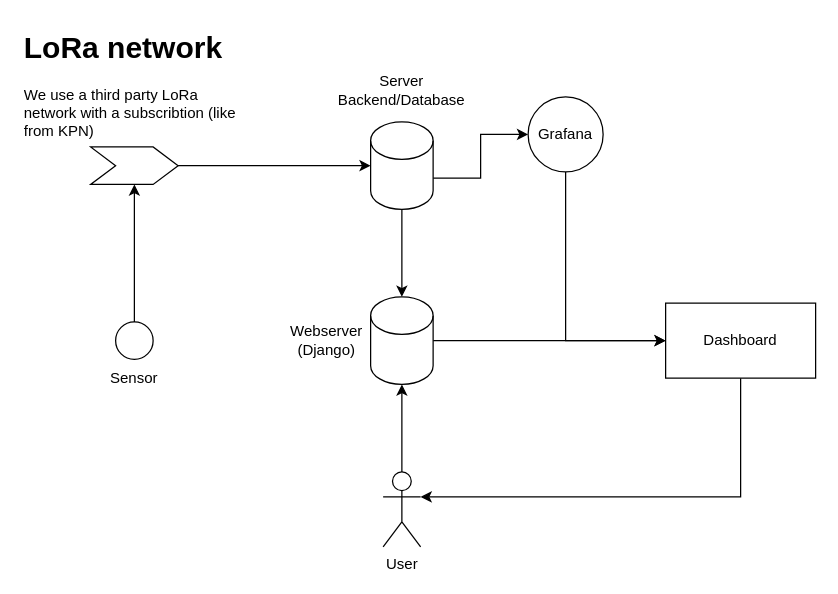
The draw.io diagram architecture.drawio in DenelDuck/drawio, before the edit. Source tidied: cells renumbered, new cells numbered last; positions are measured from the earlier drawing's top-left corner, leaving out a move shared by most shapes. Both pictures are drawn from the tidied source at 125%, with x=0, y=0 at pixel (21, 21).
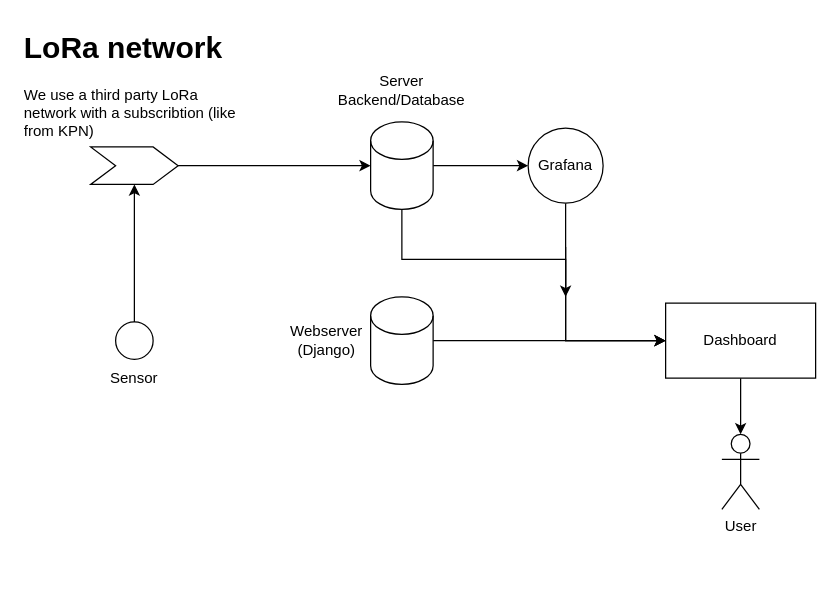
Above is the later version.

The change refers to these unchanged cells:
```xml
<mxCell id="4" style="shape=cylinder3;whiteSpace=wrap;html=1;boundedLbl=1;backgroundOutline=1;size=15;" parent="1" vertex="1">
  <mxGeometry x="279" y="80" width="50" height="70" as="geometry" />
</mxCell>
<mxCell id="13" style="shape=cylinder3;whiteSpace=wrap;html=1;boundedLbl=1;backgroundOutline=1;size=15;" parent="1" vertex="1">
  <mxGeometry x="279" y="220" width="50" height="70" as="geometry" />
</mxCell>
<mxCell id="15" value="Dashboard" style="rounded=0;whiteSpace=wrap;html=1;" parent="1" vertex="1">
  <mxGeometry x="515" y="225" width="120" height="60" as="geometry" />
</mxCell>
```

Change to the diagram source:
```diff
@@
-    <mxCell id="2" style="edgeStyle=orthogonalEdgeStyle;rounded=0;jettySize=auto;html=1;" parent="1" edge="1" source="4" target="13">
-      <mxGeometry relative="1" as="geometry" />
-    </mxCell>
+    <mxCell id="21" style="edgeStyle=orthogonalEdgeStyle;rounded=0;jettySize=auto;html=1;exitX=0.5;exitY=1;exitDx=0;exitDy=0;exitPerimeter=0;entryX=0;entryY=0.5;entryDx=0;entryDy=0;" parent="1" edge="1" source="4" target="15">
+      <mxGeometry relative="1" as="geometry">
+        <Array as="points">
+          <mxPoint x="304" y="190" />
+          <mxPoint x="435" y="190" />
+          <mxPoint x="435" y="255" />
+        </Array>
+      </mxGeometry>
+    </mxCell>
-    <mxCell id="3" style="edgeStyle=orthogonalEdgeStyle;rounded=0;jettySize=auto;html=1;exitX=1;exitY=0;exitDx=0;exitDy=45;exitPerimeter=0;" parent="1" edge="1" source="4" target="18">
+    <mxCell id="3" style="edgeStyle=orthogonalEdgeStyle;rounded=0;jettySize=auto;html=1;exitX=1;exitY=0.5;exitDx=0;exitDy=0;exitPerimeter=0;entryX=0;entryY=0.5;entryDx=0;entryDy=0;" parent="1" edge="1" source="4" target="18">
       <mxGeometry relative="1" as="geometry" />
     </mxCell>
@@
     <mxCell id="18" value="Grafana" style="ellipse;whiteSpace=wrap;html=1;" parent="1" vertex="1">
-      <mxGeometry x="405" y="60" width="60" height="60" as="geometry" />
+      <mxGeometry x="405" y="85" width="60" height="60" as="geometry" />
     </mxCell>
     <mxCell id="19" value="User" style="shape=umlActor;verticalLabelPosition=bottom;verticalAlign=top;html=1;outlineConnect=0;" parent="1" vertex="1">
-      <mxGeometry x="289" y="360" width="30" height="60" as="geometry" />
+      <mxGeometry x="560" y="330" width="30" height="60" as="geometry" />
     </mxCell>
-    <mxCell id="20" style="edgeStyle=orthogonalEdgeStyle;rounded=0;jettySize=auto;html=1;entryX=0.5;entryY=1;entryDx=0;entryDy=0;entryPerimeter=0;" parent="1" edge="1" source="19" target="13">
-      <mxGeometry relative="1" as="geometry" />
-    </mxCell>
+    <mxCell id="22" style="endArrow=classic;html=1;rounded=0;" parent="1" edge="1">
+      <mxGeometry relative="1" as="geometry">
+        <mxPoint x="435" y="180" as="sourcePoint" />
+        <mxPoint x="435" y="220" as="targetPoint" />
+      </mxGeometry>
+    </mxCell>
```
